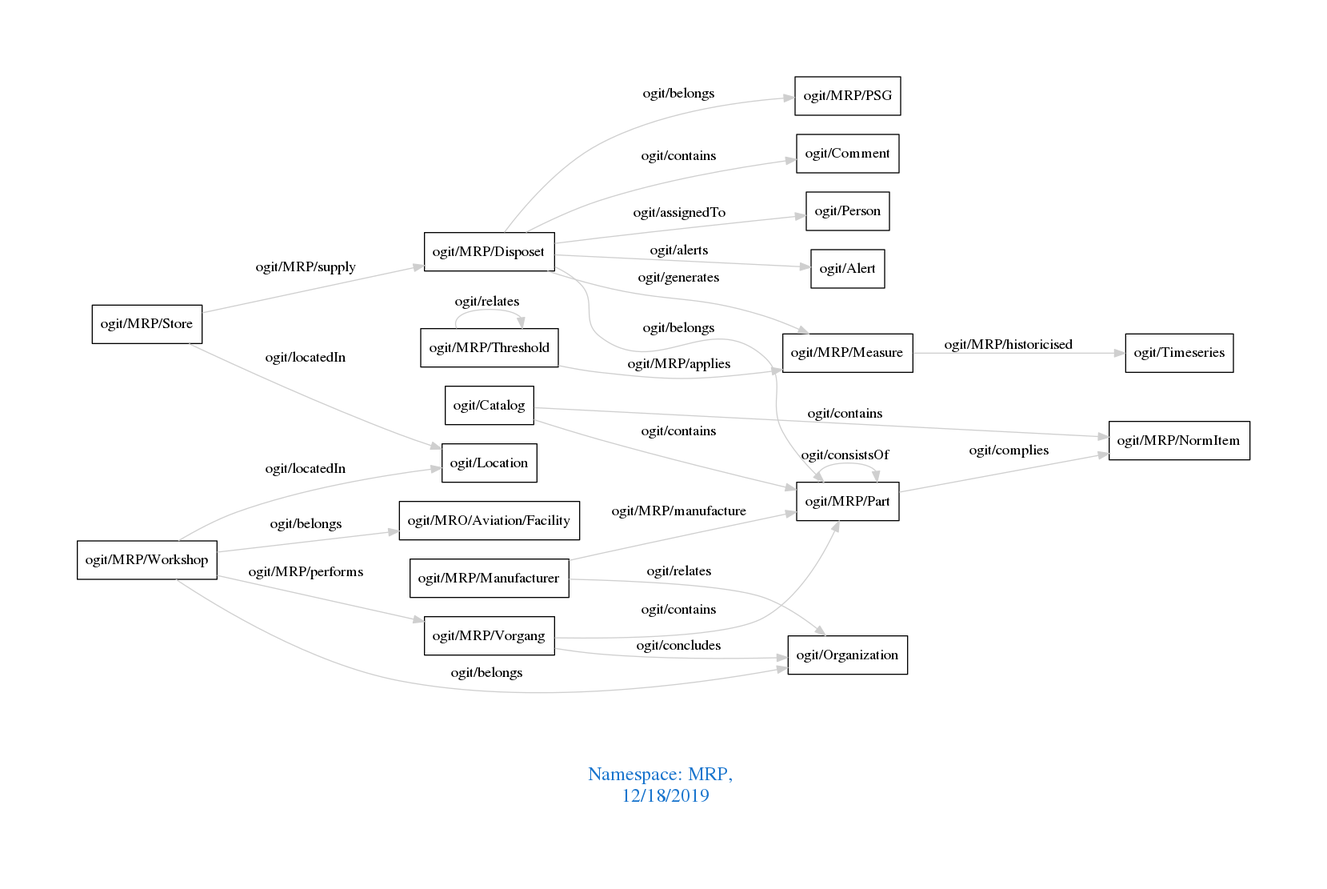
This is downloads/MRP.png from arago/OGIT, a Graphviz export, as it was before one commit. Its source is kept beside it as downloads/MRP.dot. Its diagram source:
```dot
digraph OGIT_ontology {
 graph [ rankdir= LR,pad=1
fontsize = 18,
fontcolor= dodgerblue3,label = "\n\n\nNamespace: MRP, \n 12/18/2019"];
node[shape=polygon];
edge [  color="gray81"];

   "ogit/MRP/Disposet" -> "ogit/Comment" [label="   ogit/contains    "];
   "ogit/MRP/Vorgang" -> "ogit/MRP/Part" [label="   ogit/contains    "];
   "ogit/Catalog" -> "ogit/MRP/NormItem" [label="   ogit/contains    "];
   "ogit/Catalog" -> "ogit/MRP/Part" [label="   ogit/contains    "];
   "ogit/MRP/Vorgang" -> "ogit/Organization" [label="   ogit/concludes    "];
   "ogit/MRP/Disposet" -> "ogit/Person" [label="   ogit/assignedTo    "];
   "ogit/MRP/Disposet" -> "ogit/MRP/Measure" [label="   ogit/generates    "];
   "ogit/MRP/Threshold" -> "ogit/MRP/Measure" [label="   ogit/MRP/applies    "];
   "ogit/MRP/Part" -> "ogit/MRP/NormItem" [label="   ogit/complies    "];
   "ogit/MRP/Workshop" -> "ogit/MRP/Vorgang" [label="   ogit/MRP/performs    "];
   "ogit/MRP/Disposet" -> "ogit/Alert" [label="   ogit/alerts    "];
   "ogit/MRP/Store" -> "ogit/Location" [label="   ogit/locatedIn    "];
   "ogit/MRP/Workshop" -> "ogit/Location" [label="   ogit/locatedIn    "];
   "ogit/MRP/Measure" -> "ogit/Timeseries" [label="   ogit/MRP/historicised    "];
   "ogit/MRP/Manufacturer" -> "ogit/MRP/Part" [label="   ogit/MRP/manufacture    "];
   "ogit/MRP/Store" -> "ogit/MRP/Disposet" [label="   ogit/MRP/supply    "];
   "ogit/MRP/Disposet" -> "ogit/MRP/Part" [label="   ogit/belongs    "];
   "ogit/MRP/Disposet" -> "ogit/MRP/PSG" [label="   ogit/belongs    "];
   "ogit/MRP/Workshop" -> "ogit/MRO/Aviation/Facility" [label="   ogit/belongs    "];
   "ogit/MRP/Workshop" -> "ogit/Organization" [label="   ogit/belongs    "];
   "ogit/MRP/Manufacturer" -> "ogit/Organization" [label="   ogit/relates    "];
   "ogit/MRP/Threshold" -> "ogit/MRP/Threshold" [label="   ogit/relates    "];
   "ogit/MRP/Part" -> "ogit/MRP/Part" [label="   ogit/consistsOf    "];
}
```
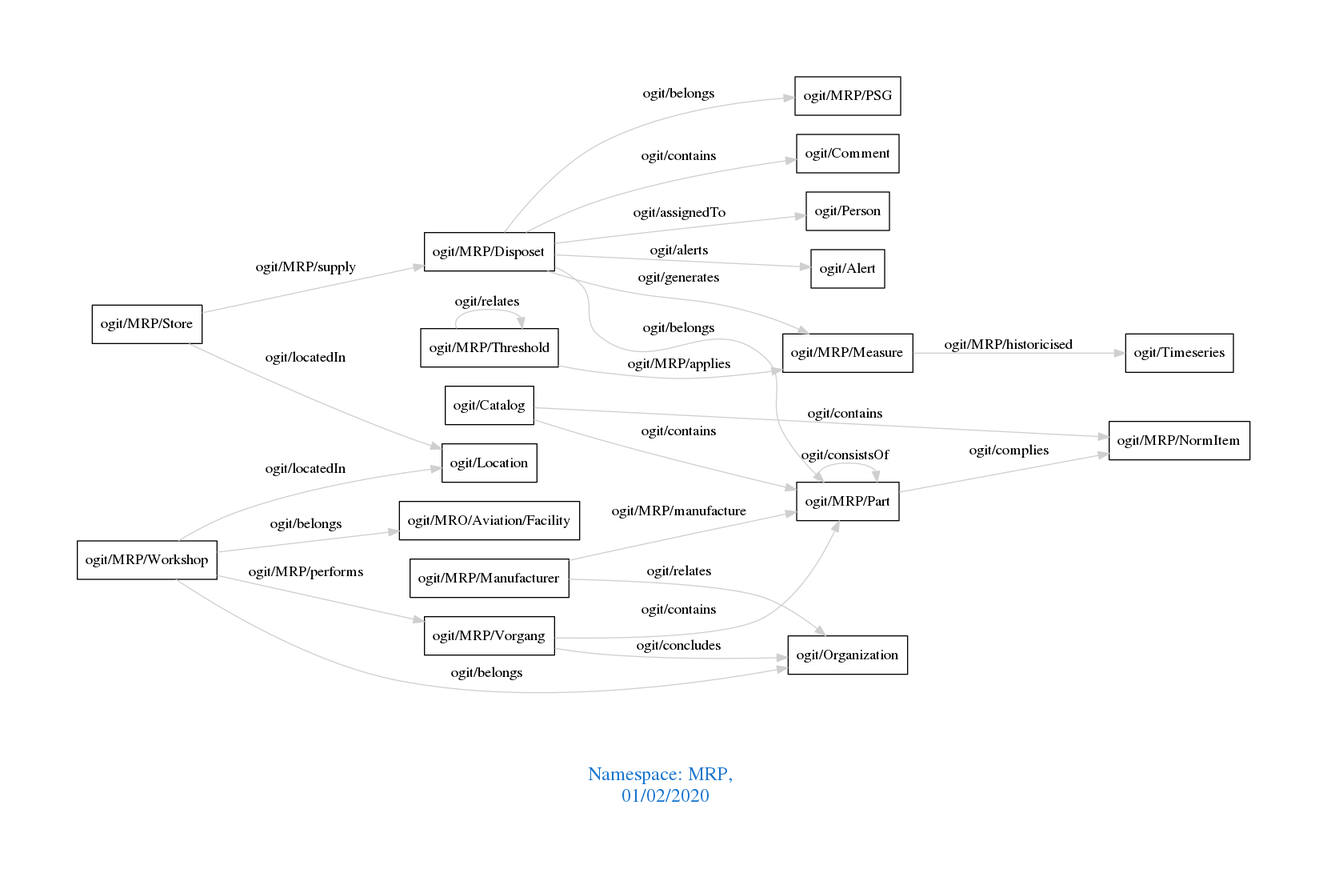
Above is the later version.

What changed in the source:
```diff
@@ -1,7 +1,7 @@
 digraph OGIT_ontology {
  graph [ rankdir= LR,pad=1
 fontsize = 18,
-fontcolor= dodgerblue3,label = "\n\n\nNamespace: MRP, \n 12/18/2019"];
+fontcolor= dodgerblue3,label = "\n\n\nNamespace: MRP, \n 01/02/2020"];
 node[shape=polygon];
 edge [  color="gray81"];
 
```
